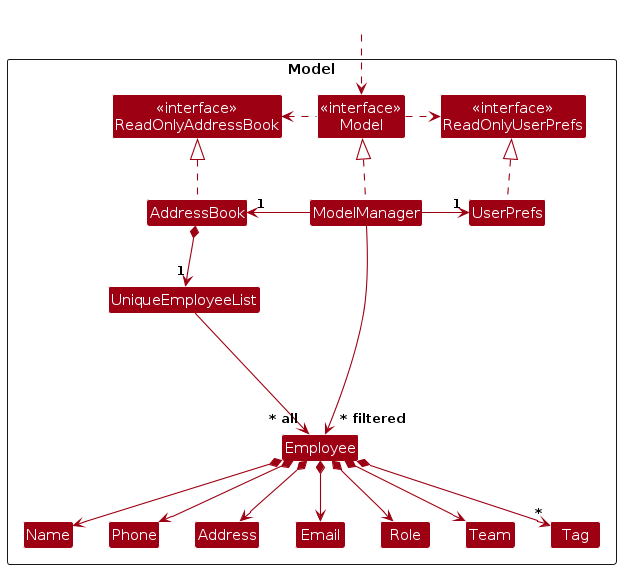
The PlantUML diagram diagrams/ModelClassDiagram.png in PyromancerBoom/tp, before a commit. Its source is kept beside it as diagrams/ModelClassDiagram.puml. The source it was exported from:
```plantuml
@startuml
!include style.puml
skinparam arrowThickness 1.1
skinparam arrowColor MODEL_COLOR
skinparam classBackgroundColor MODEL_COLOR

Package Model as ModelPackage <<Rectangle>>{
Class "<<interface>>\nReadOnlyAddressBook" as ReadOnlyAddressBook
Class "<<interface>>\nReadOnlyUserPrefs" as ReadOnlyUserPrefs
Class "<<interface>>\nModel" as Model
Class AddressBook
Class ModelManager
Class UserPrefs

Class UniqueEmployeeList
Class Employee
Class Address
Class Email
Class Name
Class Phone
Class Role
Class Team
Class Tag

Class I #FFFFFF
}

Class HiddenOutside #FFFFFF
HiddenOutside ..> Model

AddressBook .up.|> ReadOnlyAddressBook

ModelManager .up.|> Model
Model .right.> ReadOnlyUserPrefs
Model .left.> ReadOnlyAddressBook
ModelManager -left-> "1" AddressBook
ModelManager -right-> "1" UserPrefs
UserPrefs .up.|> ReadOnlyUserPrefs

AddressBook *--> "1" UniqueEmployeeList
UniqueEmployeeList --> "~* all" Employee
Employee *--> Name
Employee *--> Phone
Employee *--> Email
Employee *--> Address
Employee *--> Role
Employee *--> Team
Employee *--> "*" Tag

Employee -[hidden]up--> I
UniqueEmployeeList -[hidden]right-> I

Name -[hidden]right-> Phone
Phone -[hidden]right-> Address
Address -[hidden]right-> Email

ModelManager --> "~* filtered" Employee
@enduml
```
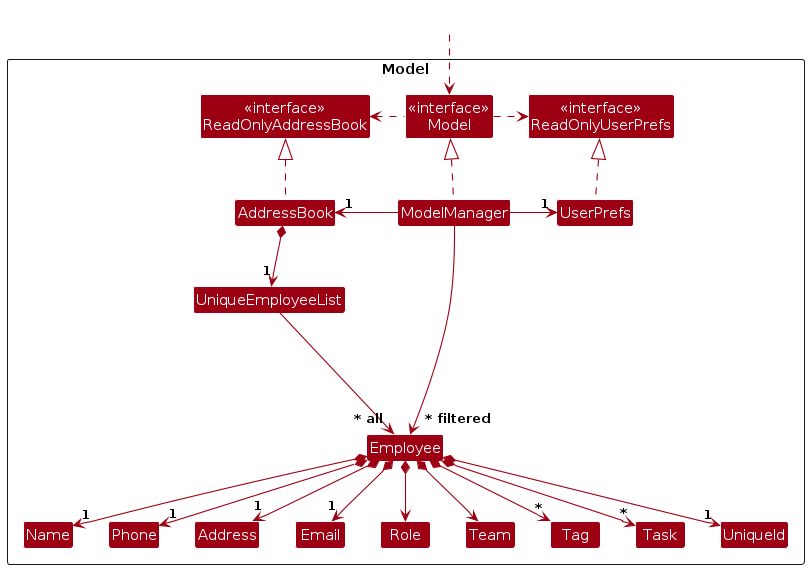
After the change.

What changed in the source:
```diff
@@ -21,6 +21,8 @@
 Class Role
 Class Team
 Class Tag
+Class Task
+Class UniqueId
 
 Class I #FFFFFF
 }
@@ -39,13 +41,15 @@
 
 AddressBook *--> "1" UniqueEmployeeList
 UniqueEmployeeList --> "~* all" Employee
-Employee *--> Name
-Employee *--> Phone
-Employee *--> Email
-Employee *--> Address
+Employee *--> "1" Name
+Employee *--> "1" Phone
+Employee *--> "1" Email
+Employee *--> "1" Address
 Employee *--> Role
 Employee *--> Team
 Employee *--> "*" Tag
+Employee *--> "*" Task
+Employee *--> "1" UniqueId
 
 Employee -[hidden]up--> I
 UniqueEmployeeList -[hidden]right-> I
```
